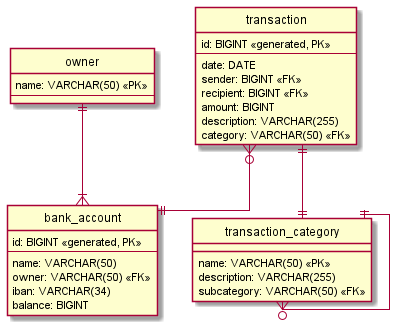
Above: service/docs/model/diagrams/entity-relationship.png in lfarci/personal-finance (PlantUML), before the change.
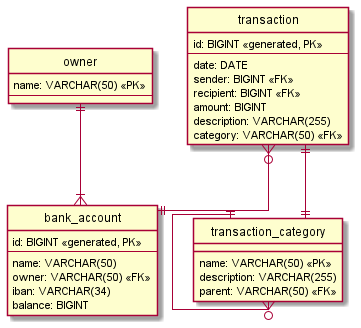
The same diagram one commit later.

Commit message:
Issue #5: the entity relationship diagram is updated to reflect current model

Change to the diagram source:
```diff
@@ -30,7 +30,7 @@
 entity "transaction_category" {
     name: VARCHAR(50) <<PK>>
     description: VARCHAR(255)
-    subcategory: VARCHAR(50) <<FK>>
+    parent: VARCHAR(50) <<FK>>
 }
 
 "owner" ||--|{ "bank_account"
```
